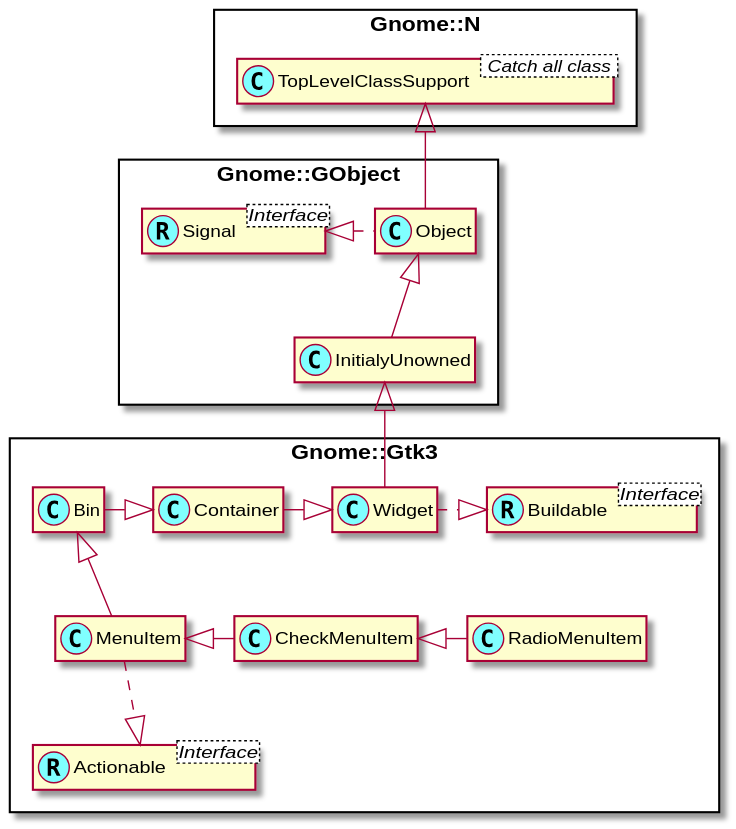
Earlier version of the PlantUML export docs/content-docs/reference/Gtk3/plantuml/RadioMenuItem.svg (MARTIMM/gnome-gtk3).
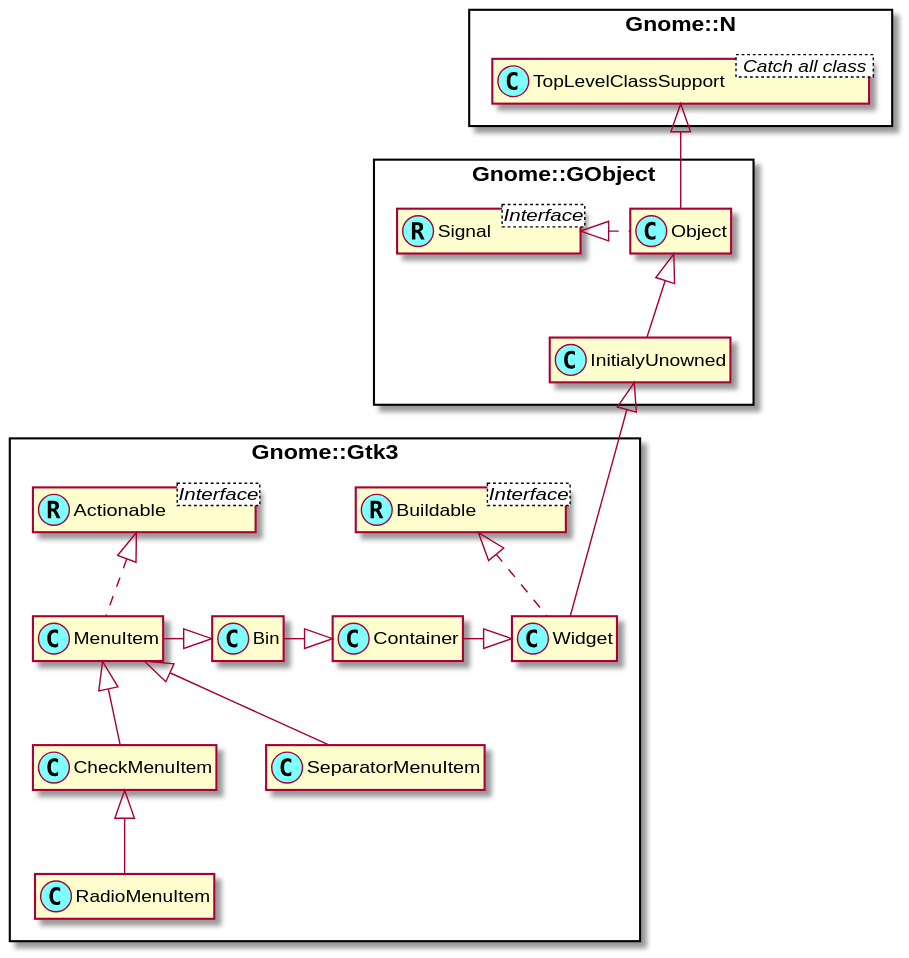
Above is the later version.

Commit message:
used same uml diagram from MenuItem

The edit, as a diff of the source:
```diff
@@ -15,20 +15,22 @@
 Interface Gnome::Gtk3::Actionable <Interface>
 class Gnome::Gtk3::Actionable <<(R,#80ffff)>>
 
+
 Gnome::N::TopLevelClassSupport <|-- Gnome::GObject::Object
-Gnome::GObject::InitialyUnowned <|-- Gnome::Gtk3::Widget
-
 Gnome::GObject::Object <|-- Gnome::GObject::InitialyUnowned
 Gnome::GObject::Signal <|. Gnome::GObject::Object
 
-Gnome::Gtk3::Widget .|> Gnome::Gtk3::Buildable
+Gnome::GObject::InitialyUnowned <|--- Gnome::Gtk3::Widget
+Gnome::Gtk3::Widget .up.|> Gnome::Gtk3::Buildable
 
 Gnome::Gtk3::Container -|> Gnome::Gtk3::Widget
 Gnome::Gtk3::Bin -|> Gnome::Gtk3::Container
-Gnome::Gtk3::Bin <|-- Gnome::Gtk3::MenuItem
-Gnome::Gtk3::MenuItem <|- Gnome::Gtk3::CheckMenuItem
-Gnome::Gtk3::MenuItem ..|> Gnome::Gtk3::Actionable
-Gnome::Gtk3::CheckMenuItem <|- Gnome::Gtk3::RadioMenuItem
 
+Gnome::Gtk3::MenuItem -|> Gnome::Gtk3::Bin
+Gnome::Gtk3::MenuItem .up.|> Gnome::Gtk3::Actionable
+
+Gnome::Gtk3::MenuItem <|-- Gnome::Gtk3::CheckMenuItem
+Gnome::Gtk3::CheckMenuItem <|-- Gnome::Gtk3::RadioMenuItem
+Gnome::Gtk3::MenuItem <|-- Gnome::Gtk3::SeparatorMenuItem
 
 @enduml
```
